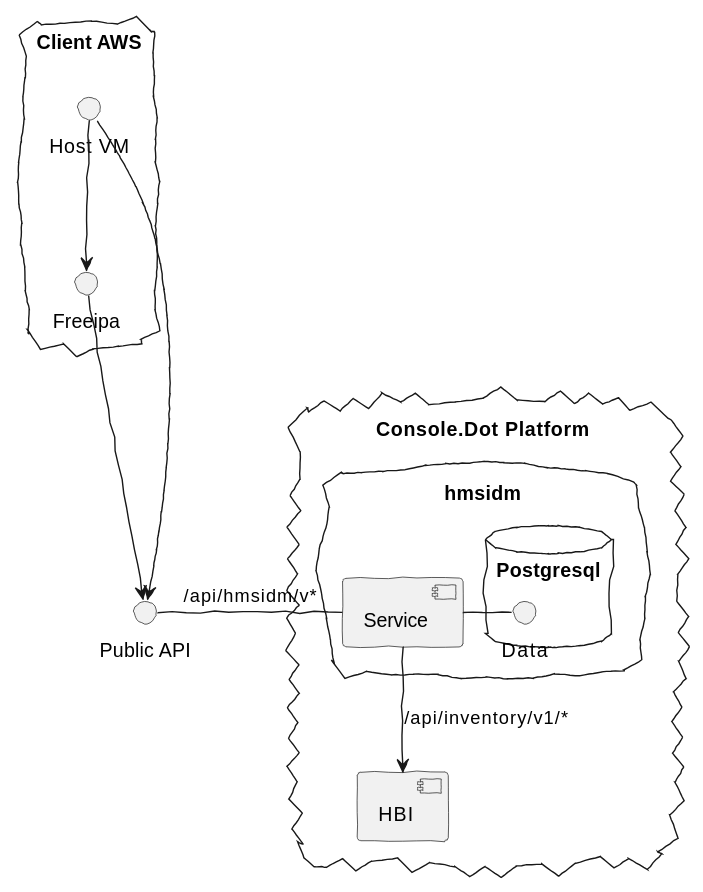
Earlier version of the PlantUML export docs/architecture.svg (podengo-project/idmsvc-backend).
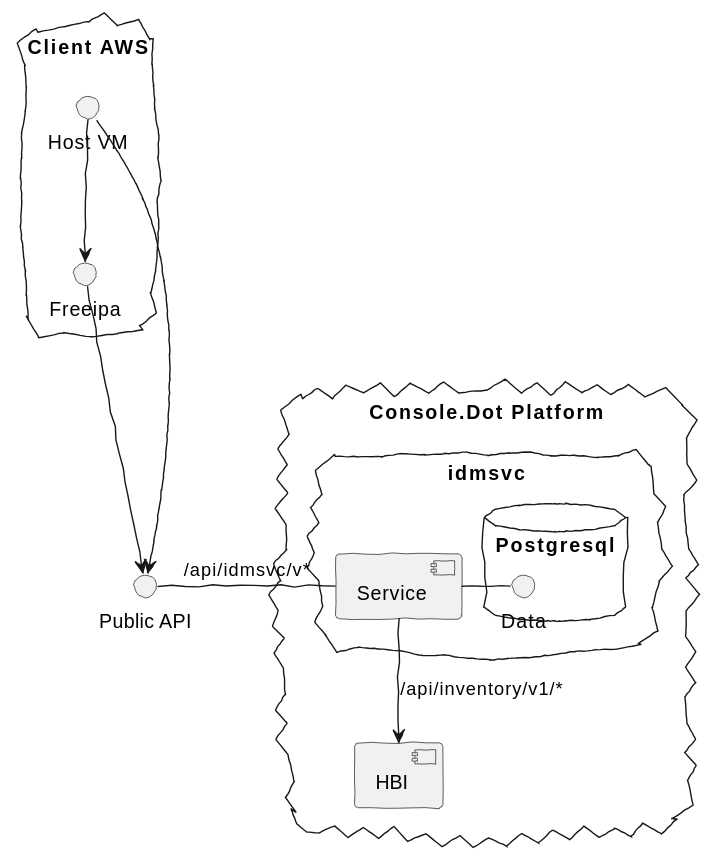
Above is the later version.

Diff of the diagram source:
```diff
@@ -14,17 +14,17 @@
 
 cloud "Console.Dot Platform" {
     [HBI] as service_hbi
-    cloud "hmsidm" {
+    cloud "idmsvc" {
 
         database "Postgresql" {
             () "Data" as database
         }
 
-        [Service] as service_hmsidm
+        [Service] as service_idmsvc
 
-        http_requests - service_hmsidm: /api/hmsidm/v*
-        service_hmsidm --> service_hbi: /api/inventory/v1/*
-        service_hmsidm - database
+        http_requests - service_idmsvc: /api/idmsvc/v*
+        service_idmsvc --> service_hbi: /api/inventory/v1/*
+        service_idmsvc - database
     }
 }
 
```
